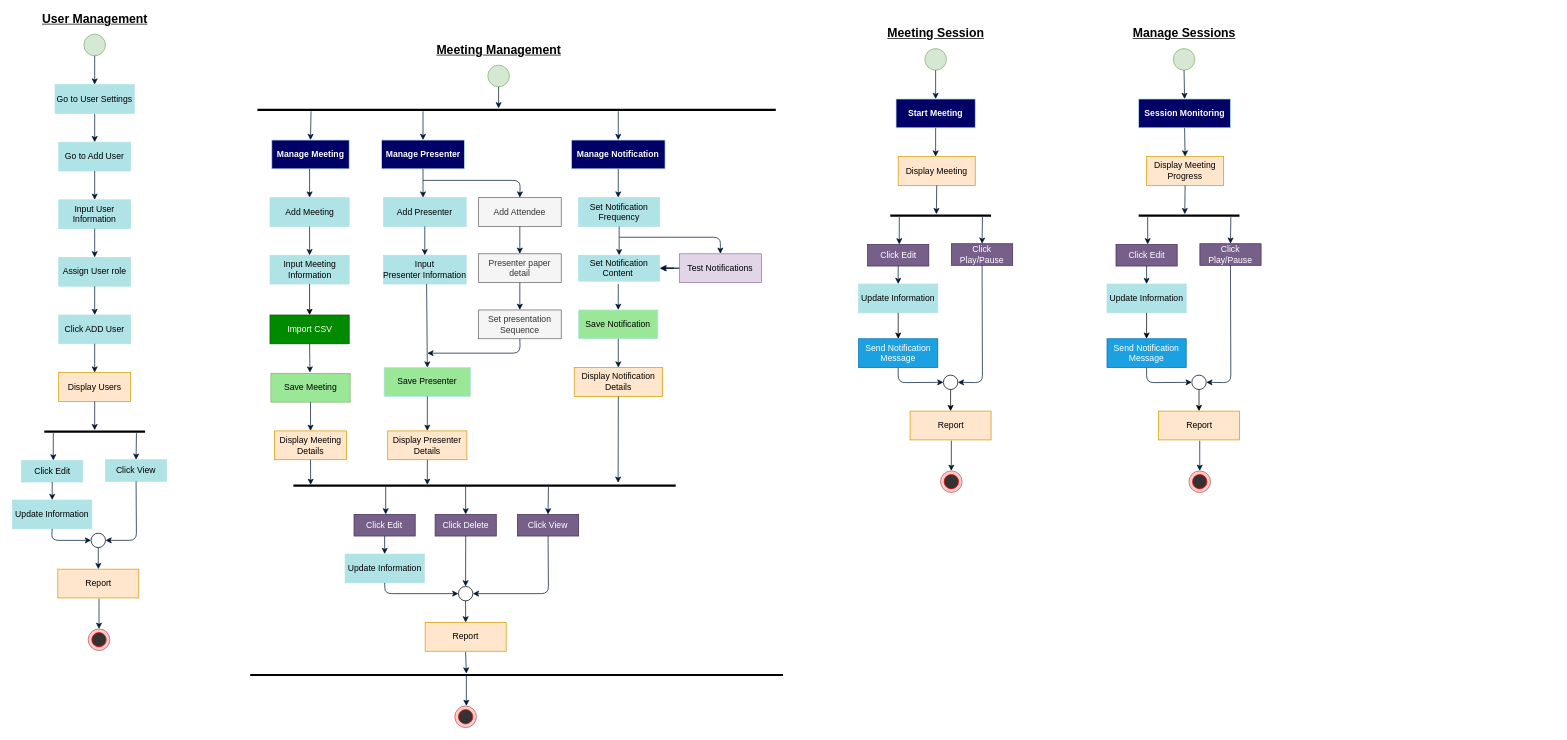
Afifairin/Diagrams keeps this draw.io diagram as Untitled Diagram.drawio. Above is the earlier version. Source tidied: cells renumbered, new cells numbered last; positions are measured from the earlier drawing's top-left corner, leaving out a move shared by most shapes. Both pictures are drawn from the tidied source at 72%, with x=0, y=0 at pixel (12, 12).
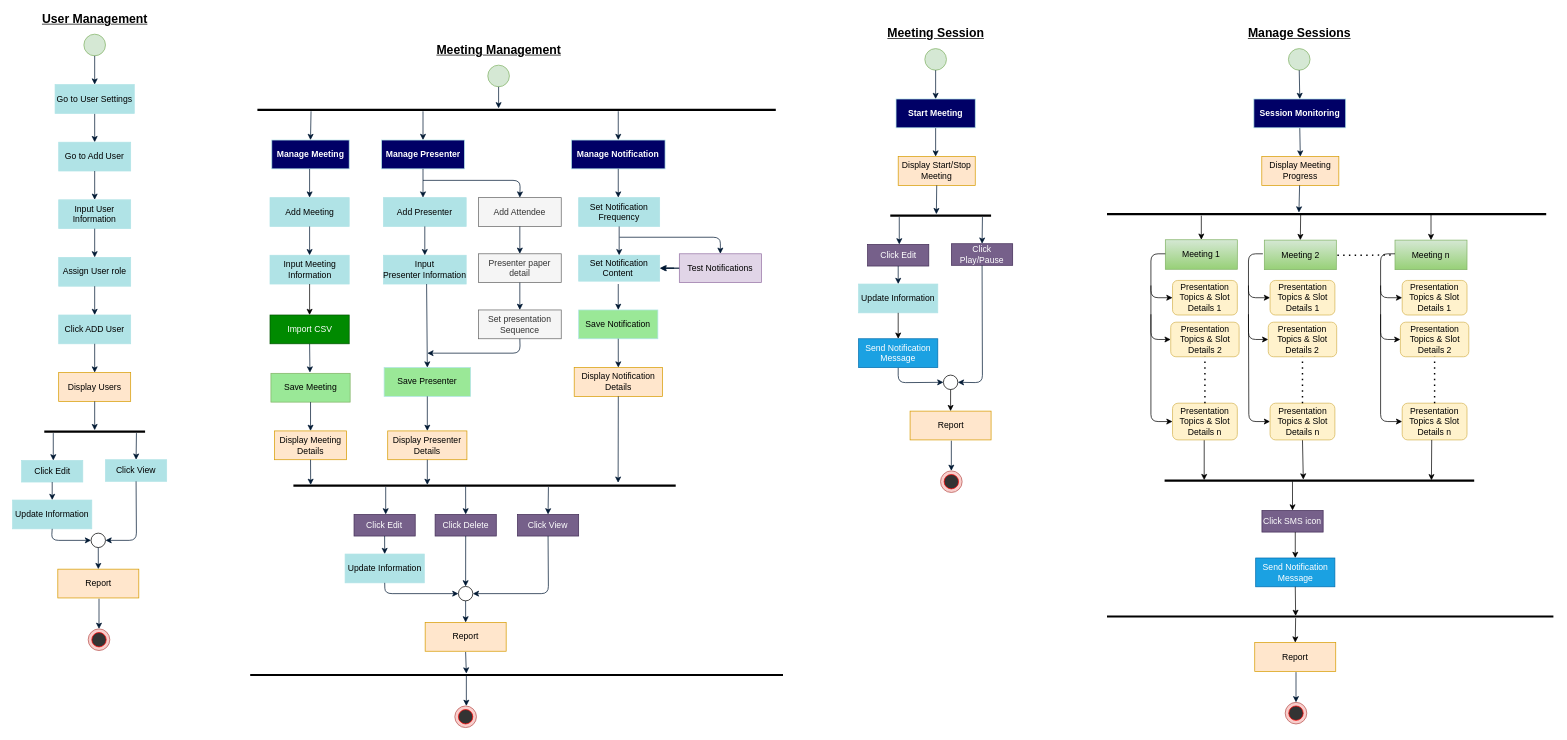
The same page after the edit.

Change to the diagram source:
```diff
@@
-    <mxCell id="105" value="Display Meeting" style="rounded=0;whiteSpace=wrap;html=1;fillColor=#ffe6cc;strokeColor=#d79b00;" parent="1" vertex="1">
+    <mxCell id="105" value="Display Start/Stop Meeting" style="rounded=0;whiteSpace=wrap;html=1;fillColor=#ffe6cc;strokeColor=#d79b00;" parent="1" vertex="1">
       <mxGeometry x="1230" y="200" width="107" height="40" as="geometry" />
     </mxCell>
@@
     <mxCell id="127" style="ellipse;whiteSpace=wrap;html=1;fillColor=#d5e8d4;strokeColor=#82b366;" parent="1" vertex="1">
-      <mxGeometry x="1612" y="50" width="30" height="30" as="geometry" />
+      <mxGeometry x="1772" y="50" width="30" height="30" as="geometry" />
     </mxCell>
     <mxCell id="128" value="&lt;b&gt;&lt;font style=&quot;font-size: 17px&quot;&gt;&lt;u&gt;Manage Sessions&lt;/u&gt;&lt;/font&gt;&lt;/b&gt;" style="text;html=1;align=center;verticalAlign=middle;" parent="1" vertex="1">
-      <mxGeometry x="1547" y="20" width="160" height="20" as="geometry" />
+      <mxGeometry x="1707" y="20" width="160" height="20" as="geometry" />
     </mxCell>
@@
     <mxCell id="130" value="Display Meeting Progress" style="rounded=0;whiteSpace=wrap;html=1;fillColor=#ffe6cc;strokeColor=#d79b00;" parent="1" vertex="1">
-      <mxGeometry x="1575" y="200" width="107" height="40" as="geometry" />
+      <mxGeometry x="1735" y="200" width="107" height="40" as="geometry" />
     </mxCell>
-    <mxCell id="131" style="endArrow=classic;html=1;exitX=0.5;exitY=1;exitDx=0;exitDy=0;strokeColor=#001933;" parent="1" edge="1" source="130">
-      <mxGeometry relative="1" as="geometry">
-        <mxPoint x="1628" y="280" as="targetPoint" />
-      </mxGeometry>
-    </mxCell>
     <mxCell id="132" value="&lt;font color=&quot;#ffffff&quot;&gt;&lt;b&gt;Session Monitoring&lt;/b&gt;&lt;/font&gt;" style="rounded=0;whiteSpace=wrap;html=1;strokeColor=#B0E3E6;fillColor=#000066;" parent="1" vertex="1">
-      <mxGeometry x="1564" y="120" width="127.5" height="40" as="geometry" />
+      <mxGeometry x="1724" y="120" width="127.5" height="40" as="geometry" />
     </mxCell>
@@
     <mxCell id="134" style="ellipse;whiteSpace=wrap;html=1;fillColor=#f8cecc;strokeColor=#b85450;" parent="1" vertex="1">
-      <mxGeometry x="1633.8" y="636.5" width="30" height="30" as="geometry" />
+      <mxGeometry x="1767.5" y="958" width="30" height="30" as="geometry" />
     </mxCell>
     <mxCell id="135" style="ellipse;whiteSpace=wrap;html=1;fillColor=#333333;strokeColor=#FF0000;" parent="1" vertex="1">
-      <mxGeometry x="1638.8" y="641.5" width="20" height="20" as="geometry" />
+      <mxGeometry x="1772.5" y="963" width="20" height="20" as="geometry" />
     </mxCell>
     <mxCell id="136" style="endArrow=classic;html=1;entryX=0.5;entryY=0;entryDx=0;entryDy=0;strokeColor=#001933;" parent="1" edge="1" target="134">
       <mxGeometry relative="1" as="geometry">
-        <mxPoint x="1648.8" y="594.5" as="sourcePoint" />
+        <mxPoint x="1782.5" y="916" as="sourcePoint" />
       </mxGeometry>
     </mxCell>
-    <mxCell id="137" style="line;strokeWidth=3;fillColor=none;align=left;verticalAlign=middle;spacingTop=-1;spacingLeft=3;spacingRight=3;labelPosition=right;" parent="1" vertex="1">
-      <mxGeometry x="1564" y="279" width="140" height="6" as="geometry" />
-    </mxCell>
-    <mxCell id="138" style="endArrow=classic;html=1;strokeColor=#001933;" parent="1" edge="1">
+    <mxCell id="138" style="endArrow=classic;html=1;strokeColor=#001933;entryX=0.437;entryY=0.118;entryDx=0;entryDy=0;entryPerimeter=0;" parent="1" edge="1" target="152">
       <mxGeometry relative="1" as="geometry">
-        <mxPoint x="1576.5" y="284" as="sourcePoint" />
-        <mxPoint x="1576.5" y="322" as="targetPoint" />
+        <mxPoint x="1787.5" y="240" as="sourcePoint" />
       </mxGeometry>
     </mxCell>
-    <mxCell id="139" value="&lt;span&gt;Click Edit&lt;/span&gt;" style="rounded=0;whiteSpace=wrap;html=1;strokeColor=#432D57;fillColor=#76608a;fontColor=#ffffff;" parent="1" vertex="1">
-      <mxGeometry x="1532.5" y="322" width="85" height="30" as="geometry" />
+    <mxCell id="139" value="&lt;span&gt;Click SMS icon&lt;/span&gt;" style="rounded=0;whiteSpace=wrap;html=1;strokeColor=#432D57;fillColor=#76608a;fontColor=#ffffff;" parent="1" vertex="1">
+      <mxGeometry x="1735.2" y="691.5" width="85" height="30" as="geometry" />
     </mxCell>
-    <mxCell id="140" value="&lt;span&gt;Click Play/Pause&lt;/span&gt;" style="rounded=0;whiteSpace=wrap;html=1;fillColor=#76608a;strokeColor=#432D57;fontColor=#ffffff;" parent="1" vertex="1">
-      <mxGeometry x="1649" y="321" width="85" height="30" as="geometry" />
-    </mxCell>
-    <mxCell id="141" style="endArrow=classic;html=1;strokeColor=#001933;entryX=0.5;entryY=0;entryDx=0;entryDy=0;" parent="1" edge="1" target="140">
-      <mxGeometry relative="1" as="geometry">
-        <mxPoint x="1692" y="284" as="sourcePoint" />
-      </mxGeometry>
-    </mxCell>
-    <mxCell id="142" value="Update Information" style="rounded=0;whiteSpace=wrap;html=1;fillColor=#b0e3e6;strokeColor=#B0E3E6;" parent="1" vertex="1">
-      <mxGeometry x="1520" y="377" width="110" height="40" as="geometry" />
-    </mxCell>
     <mxCell id="143" value="Report" style="rounded=0;whiteSpace=wrap;html=1;fillColor=#ffe6cc;strokeColor=#d79b00;" parent="1" vertex="1">
-      <mxGeometry x="1591.5" y="553.5" width="112.5" height="40" as="geometry" />
+      <mxGeometry x="1725.2" y="875" width="112.5" height="40" as="geometry" />
     </mxCell>
-    <mxCell id="144" style="ellipse;whiteSpace=wrap;html=1;strokeColor=#000000;strokeWidth=1;fillColor=none;" parent="1" vertex="1">
-      <mxGeometry x="1637.8" y="503.5" width="20" height="20" as="geometry" />
-    </mxCell>
-    <mxCell id="145" style="endArrow=classic;html=1;exitX=0.5;exitY=1;exitDx=0;exitDy=0;strokeColor=#001933;entryX=0.5;entryY=0;entryDx=0;entryDy=0;" parent="1" edge="1" source="139" target="142">
-      <mxGeometry relative="1" as="geometry" />
-    </mxCell>
-    <mxCell id="146" style="endArrow=classic;html=1;exitX=0.5;exitY=1;exitDx=0;exitDy=0;strokeColor=#001933;entryX=1;entryY=0.5;entryDx=0;entryDy=0;" parent="1" edge="1" source="140" target="144">
-      <mxGeometry relative="1" as="geometry">
-        <Array as="points">
-          <mxPoint x="1692" y="514" />
-        </Array>
-      </mxGeometry>
-    </mxCell>
-    <mxCell id="147" style="endArrow=classic;html=1;strokeColor=#001933;entryX=0;entryY=0.5;entryDx=0;entryDy=0;exitX=0.5;exitY=1;exitDx=0;exitDy=0;" parent="1" edge="1" source="149" target="144">
-      <mxGeometry relative="1" as="geometry">
-        <Array as="points">
-          <mxPoint x="1575" y="514" />
-        </Array>
-      </mxGeometry>
-    </mxCell>
@@
     <mxCell id="149" value="Send Notification Message" style="rounded=0;whiteSpace=wrap;html=1;strokeColor=#006EAF;fillColor=#1ba1e2;fontColor=#ffffff;" parent="1" vertex="1">
-      <mxGeometry x="1520" y="453" width="110" height="40" as="geometry" />
+      <mxGeometry x="1726.5" y="757.5" width="110" height="40" as="geometry" />
     </mxCell>
-    <mxCell id="150" style="endArrow=classic;html=1;exitX=0.5;exitY=1;exitDx=0;exitDy=0;entryX=0.5;entryY=0;entryDx=0;entryDy=0;" parent="1" edge="1" source="142" target="149">
-      <mxGeometry relative="1" as="geometry" />
+    <mxCell id="150" style="endArrow=classic;html=1;exitX=0.5;exitY=1;exitDx=0;exitDy=0;entryX=0.5;entryY=0;entryDx=0;entryDy=0;" parent="1" edge="1" target="149">
+      <mxGeometry relative="1" as="geometry">
+        <mxPoint x="1781.5" y="721.5" as="sourcePoint" />
+      </mxGeometry>
     </mxCell>
-    <mxCell id="151" style="endArrow=classic;html=1;entryX=0.5;entryY=0;entryDx=0;entryDy=0;exitX=0.5;exitY=1;exitDx=0;exitDy=0;" parent="1" edge="1" source="144" target="143">
-      <mxGeometry relative="1" as="geometry" />
+    <mxCell id="151" style="endArrow=classic;html=1;entryX=0.5;entryY=0;entryDx=0;entryDy=0;" parent="1" edge="1" target="143">
+      <mxGeometry relative="1" as="geometry">
+        <mxPoint x="1782" y="841" as="sourcePoint" />
+      </mxGeometry>
     </mxCell>
+    <mxCell id="152" style="line;strokeWidth=3;fillColor=none;align=left;verticalAlign=middle;spacingTop=-1;spacingLeft=3;spacingRight=3;labelPosition=right;points=[];portConstraint=eastwest;" parent="1" vertex="1">
+      <mxGeometry x="1520" y="277" width="610" height="6" as="geometry" />
+    </mxCell>
+    <mxCell id="153" value="Meeting 1" style="rounded=0;whiteSpace=wrap;html=1;fillColor=#d5e8d4;strokeColor=#82b366;gradientColor=#97d077;" parent="1" vertex="1">
+      <mxGeometry x="1601" y="315.5" width="100" height="41" as="geometry" />
+    </mxCell>
+    <mxCell id="154" value="Meeting 2" style="rounded=0;whiteSpace=wrap;html=1;fillColor=#d5e8d4;strokeColor=#82b366;gradientColor=#97d077;" parent="1" vertex="1">
+      <mxGeometry x="1738.5" y="316" width="100" height="41" as="geometry" />
+    </mxCell>
+    <mxCell id="155" value="Meeting n" style="rounded=0;whiteSpace=wrap;html=1;fillColor=#d5e8d4;strokeColor=#82b366;gradientColor=#97d077;" parent="1" vertex="1">
+      <mxGeometry x="1920" y="316" width="100" height="41" as="geometry" />
+    </mxCell>
+    <mxCell id="156" style="endArrow=none;dashed=1;html=1;dashPattern=1 3;strokeWidth=2;entryX=0;entryY=0.5;entryDx=0;entryDy=0;" parent="1" edge="1" target="155">
+      <mxGeometry relative="1" as="geometry">
+        <mxPoint x="1840" y="337" as="sourcePoint" />
+        <Array as="points">
+          <mxPoint x="1880" y="337" />
+        </Array>
+      </mxGeometry>
+    </mxCell>
+    <mxCell id="157" style="endArrow=classic;html=1;entryX=0.5;entryY=0;entryDx=0;entryDy=0;" parent="1" edge="1" target="153">
+      <mxGeometry relative="1" as="geometry">
+        <mxPoint x="1651" y="282" as="sourcePoint" />
+      </mxGeometry>
+    </mxCell>
+    <mxCell id="158" style="endArrow=classic;html=1;entryX=0.5;entryY=0;entryDx=0;entryDy=0;" parent="1" edge="1" target="154">
+      <mxGeometry relative="1" as="geometry">
+        <mxPoint x="1789" y="280" as="sourcePoint" />
+      </mxGeometry>
+    </mxCell>
+    <mxCell id="159" style="endArrow=classic;html=1;entryX=0.5;entryY=0;entryDx=0;entryDy=0;" parent="1" edge="1" target="155">
+      <mxGeometry relative="1" as="geometry">
+        <mxPoint x="1970" y="280" as="sourcePoint" />
+      </mxGeometry>
+    </mxCell>
+    <mxCell id="160" style="line;strokeWidth=3;fillColor=none;align=left;verticalAlign=middle;spacingTop=-1;spacingLeft=3;spacingRight=3;labelPosition=right;points=[];portConstraint=eastwest;" parent="1" vertex="1">
+      <mxGeometry x="1600" y="647" width="430" height="6" as="geometry" />
+    </mxCell>
+    <mxCell id="161" style="endArrow=classic;html=1;entryX=0.5;entryY=0;entryDx=0;entryDy=0;exitX=0.413;exitY=1.667;exitDx=0;exitDy=0;exitPerimeter=0;" parent="1" edge="1" target="139">
+      <mxGeometry relative="1" as="geometry">
+        <mxPoint x="1777.6" y="651" as="sourcePoint" />
+      </mxGeometry>
+    </mxCell>
+    <mxCell id="162" style="line;strokeWidth=3;fillColor=none;align=left;verticalAlign=middle;spacingTop=-1;spacingLeft=3;spacingRight=3;labelPosition=right;" parent="1" vertex="1">
+      <mxGeometry x="1520" y="835.5" width="620" height="6.5" as="geometry" />
+    </mxCell>
+    <mxCell id="163" style="endArrow=classic;html=1;exitX=0.5;exitY=1;exitDx=0;exitDy=0;" parent="1" edge="1" source="149">
+      <mxGeometry relative="1" as="geometry">
+        <mxPoint x="1782" y="838" as="targetPoint" />
+      </mxGeometry>
+    </mxCell>
+    <mxCell id="164" style="endArrow=classic;html=1;exitX=0;exitY=0.5;exitDx=0;exitDy=0;entryX=0;entryY=0.5;entryDx=0;entryDy=0;" parent="1" edge="1" target="165">
+      <mxGeometry relative="1" as="geometry">
+        <mxPoint x="1920" y="335" as="sourcePoint" />
+        <Array as="points">
+          <mxPoint x="1900" y="335" />
+          <mxPoint x="1900" y="396" />
+        </Array>
+      </mxGeometry>
+    </mxCell>
+    <mxCell id="165" value="Presentation Topics &amp;amp; Slot Details 1" style="rounded=1;whiteSpace=wrap;html=1;fillColor=#fff2cc;strokeColor=#d6b656;" parent="1" vertex="1">
+      <mxGeometry x="1930" y="372" width="90" height="48" as="geometry" />
+    </mxCell>
+    <mxCell id="166" style="endArrow=classic;html=1;entryX=0;entryY=0.5;entryDx=0;entryDy=0;" parent="1" edge="1" target="167">
+      <mxGeometry relative="1" as="geometry">
+        <mxPoint x="1900" y="379" as="sourcePoint" />
+        <Array as="points">
+          <mxPoint x="1900" y="454" />
+        </Array>
+      </mxGeometry>
+    </mxCell>
+    <mxCell id="167" value="Presentation Topics &amp;amp; Slot Details 2" style="rounded=1;whiteSpace=wrap;html=1;fillColor=#fff2cc;strokeColor=#d6b656;" parent="1" vertex="1">
+      <mxGeometry x="1927.5" y="430" width="95" height="48" as="geometry" />
+    </mxCell>
+    <mxCell id="168" style="endArrow=classic;html=1;entryX=0;entryY=0.5;entryDx=0;entryDy=0;" parent="1" edge="1" target="169">
+      <mxGeometry relative="1" as="geometry">
+        <mxPoint x="1900" y="419" as="sourcePoint" />
+        <Array as="points">
+          <mxPoint x="1900" y="568" />
+        </Array>
+      </mxGeometry>
+    </mxCell>
+    <mxCell id="169" value="Presentation Topics &amp;amp; Slot Details n" style="rounded=1;whiteSpace=wrap;html=1;fillColor=#fff2cc;strokeColor=#d6b656;" parent="1" vertex="1">
+      <mxGeometry x="1930" y="542.5" width="90" height="51" as="geometry" />
+    </mxCell>
+    <mxCell id="170" style="endArrow=none;dashed=1;html=1;dashPattern=1 3;strokeWidth=2;exitX=0.5;exitY=0;exitDx=0;exitDy=0;entryX=0.5;entryY=1;entryDx=0;entryDy=0;" parent="1" edge="1" source="169" target="167">
+      <mxGeometry relative="1" as="geometry" />
+    </mxCell>
+    <mxCell id="171" style="endArrow=classic;html=1;exitX=0.489;exitY=1;exitDx=0;exitDy=0;entryX=0.128;entryY=0.574;entryDx=0;entryDy=0;entryPerimeter=0;exitPerimeter=0;" parent="1" edge="1" source="179">
+      <mxGeometry relative="1" as="geometry">
+        <mxPoint x="1655" y="649.4" as="targetPoint" />
+      </mxGeometry>
+    </mxCell>
+    <mxCell id="172" style="endArrow=classic;html=1;exitX=0.5;exitY=1;exitDx=0;exitDy=0;entryX=0.448;entryY=0.26;entryDx=0;entryDy=0;entryPerimeter=0;" parent="1" edge="1" source="186" target="160">
+      <mxGeometry relative="1" as="geometry" />
+    </mxCell>
+    <mxCell id="173" style="endArrow=classic;html=1;entryX=0.448;entryY=0.26;entryDx=0;entryDy=0;entryPerimeter=0;" parent="1" edge="1">
+      <mxGeometry relative="1" as="geometry">
+        <mxPoint x="1971" y="593.5" as="sourcePoint" />
+        <mxPoint x="1970.6" y="649.6" as="targetPoint" />
+      </mxGeometry>
+    </mxCell>
+    <mxCell id="174" style="endArrow=classic;html=1;exitX=0;exitY=0.5;exitDx=0;exitDy=0;entryX=0;entryY=0.5;entryDx=0;entryDy=0;" parent="1" edge="1" target="175">
+      <mxGeometry relative="1" as="geometry">
+        <mxPoint x="1601" y="335" as="sourcePoint" />
+        <Array as="points">
+          <mxPoint x="1581" y="335" />
+          <mxPoint x="1581" y="396" />
+        </Array>
+      </mxGeometry>
+    </mxCell>
+    <mxCell id="175" value="Presentation Topics &amp;amp; Slot Details 1" style="rounded=1;whiteSpace=wrap;html=1;fillColor=#fff2cc;strokeColor=#d6b656;" parent="1" vertex="1">
+      <mxGeometry x="1611" y="372" width="90" height="48" as="geometry" />
+    </mxCell>
+    <mxCell id="176" style="endArrow=classic;html=1;entryX=0;entryY=0.5;entryDx=0;entryDy=0;" parent="1" edge="1" target="177">
+      <mxGeometry relative="1" as="geometry">
+        <mxPoint x="1581" y="379" as="sourcePoint" />
+        <Array as="points">
+          <mxPoint x="1581" y="454" />
+        </Array>
+      </mxGeometry>
+    </mxCell>
+    <mxCell id="177" value="Presentation Topics &amp;amp; Slot Details 2" style="rounded=1;whiteSpace=wrap;html=1;fillColor=#fff2cc;strokeColor=#d6b656;" parent="1" vertex="1">
+      <mxGeometry x="1608.5" y="430" width="95" height="48" as="geometry" />
+    </mxCell>
+    <mxCell id="178" style="endArrow=classic;html=1;entryX=0;entryY=0.5;entryDx=0;entryDy=0;" parent="1" edge="1" target="179">
+      <mxGeometry relative="1" as="geometry">
+        <mxPoint x="1581" y="419" as="sourcePoint" />
+        <Array as="points">
+          <mxPoint x="1581" y="568" />
+        </Array>
+      </mxGeometry>
+    </mxCell>
+    <mxCell id="179" value="Presentation Topics &amp;amp; Slot Details n" style="rounded=1;whiteSpace=wrap;html=1;fillColor=#fff2cc;strokeColor=#d6b656;" parent="1" vertex="1">
+      <mxGeometry x="1611" y="542.5" width="90" height="51" as="geometry" />
+    </mxCell>
+    <mxCell id="180" style="endArrow=none;dashed=1;html=1;dashPattern=1 3;strokeWidth=2;exitX=0.5;exitY=0;exitDx=0;exitDy=0;entryX=0.5;entryY=1;entryDx=0;entryDy=0;" parent="1" edge="1" source="179" target="177">
+      <mxGeometry relative="1" as="geometry" />
+    </mxCell>
+    <mxCell id="181" style="endArrow=classic;html=1;exitX=0;exitY=0.5;exitDx=0;exitDy=0;entryX=0;entryY=0.5;entryDx=0;entryDy=0;" parent="1" edge="1" target="182">
+      <mxGeometry relative="1" as="geometry">
+        <mxPoint x="1736.5" y="335" as="sourcePoint" />
+        <Array as="points">
+          <mxPoint x="1716.5" y="335" />
+          <mxPoint x="1716.5" y="396" />
+        </Array>
+      </mxGeometry>
+    </mxCell>
+    <mxCell id="182" value="Presentation Topics &amp;amp; Slot Details 1" style="rounded=1;whiteSpace=wrap;html=1;fillColor=#fff2cc;strokeColor=#d6b656;" parent="1" vertex="1">
+      <mxGeometry x="1746.5" y="372" width="90" height="48" as="geometry" />
+    </mxCell>
+    <mxCell id="183" style="endArrow=classic;html=1;entryX=0;entryY=0.5;entryDx=0;entryDy=0;" parent="1" edge="1" target="184">
+      <mxGeometry relative="1" as="geometry">
+        <mxPoint x="1716.5" y="379" as="sourcePoint" />
+        <Array as="points">
+          <mxPoint x="1716.5" y="454" />
+        </Array>
+      </mxGeometry>
+    </mxCell>
+    <mxCell id="184" value="Presentation Topics &amp;amp; Slot Details 2" style="rounded=1;whiteSpace=wrap;html=1;fillColor=#fff2cc;strokeColor=#d6b656;" parent="1" vertex="1">
+      <mxGeometry x="1744" y="430" width="95" height="48" as="geometry" />
+    </mxCell>
+    <mxCell id="185" style="endArrow=classic;html=1;entryX=0;entryY=0.5;entryDx=0;entryDy=0;" parent="1" edge="1" target="186">
+      <mxGeometry relative="1" as="geometry">
+        <mxPoint x="1716.5" y="419" as="sourcePoint" />
+        <Array as="points">
+          <mxPoint x="1717" y="568" />
+        </Array>
+      </mxGeometry>
+    </mxCell>
+    <mxCell id="186" value="Presentation Topics &amp;amp; Slot Details n" style="rounded=1;whiteSpace=wrap;html=1;fillColor=#fff2cc;strokeColor=#d6b656;" parent="1" vertex="1">
+      <mxGeometry x="1746.5" y="542.5" width="90" height="51" as="geometry" />
+    </mxCell>
+    <mxCell id="187" style="endArrow=none;dashed=1;html=1;dashPattern=1 3;strokeWidth=2;exitX=0.5;exitY=0;exitDx=0;exitDy=0;entryX=0.5;entryY=1;entryDx=0;entryDy=0;" parent="1" edge="1" source="186" target="184">
+      <mxGeometry relative="1" as="geometry" />
+    </mxCell>
```
